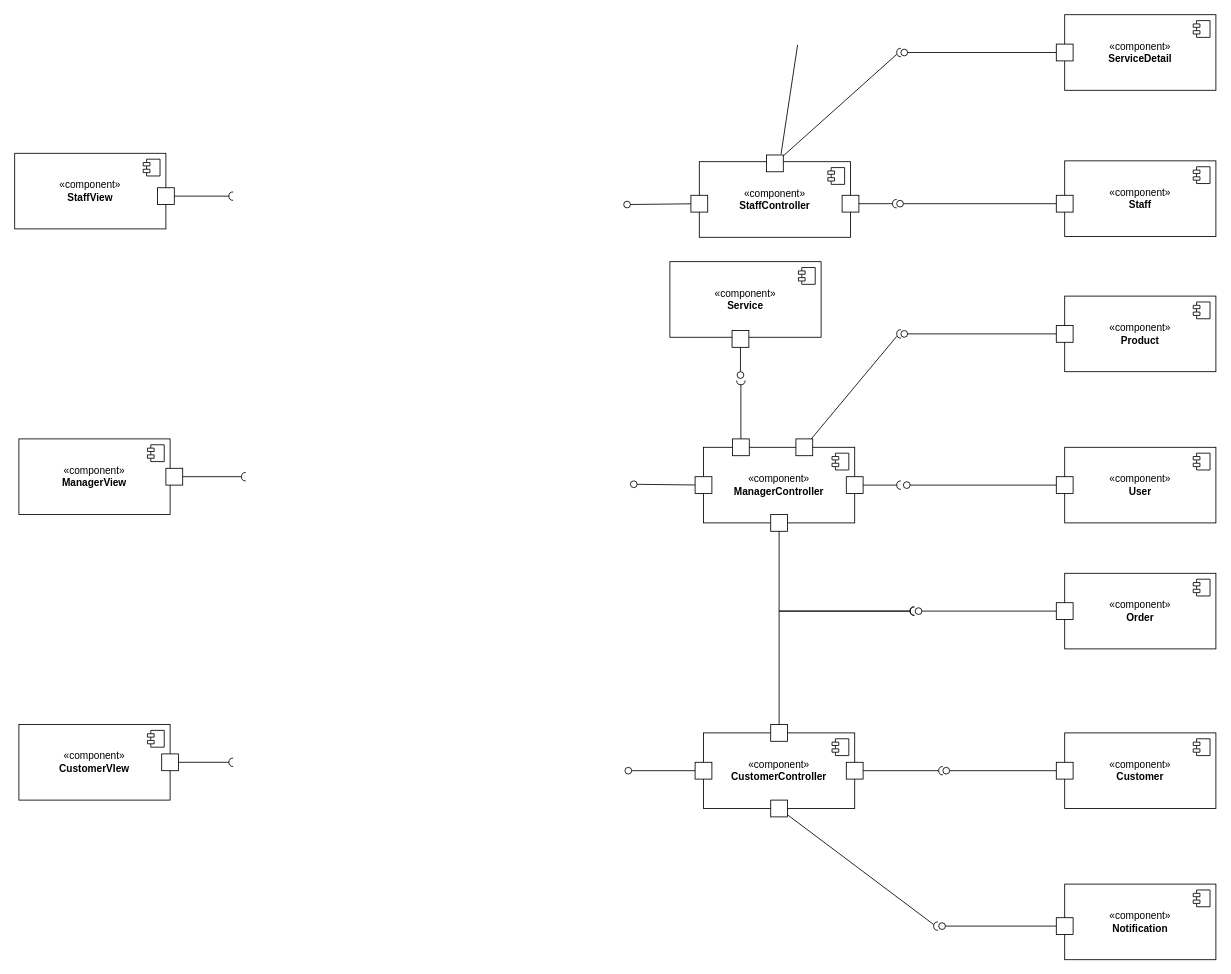
Earlier version of the draw.io diagram petspa-component-diagram.drawio (blueonline07/auth-demo). Source tidied: cells renumbered, new cells numbered last; positions are measured from the earlier drawing's top-left corner, leaving out a move shared by most shapes. Both pictures are drawn from the tidied source at 84%, with x=0, y=0 at pixel (14, 14).
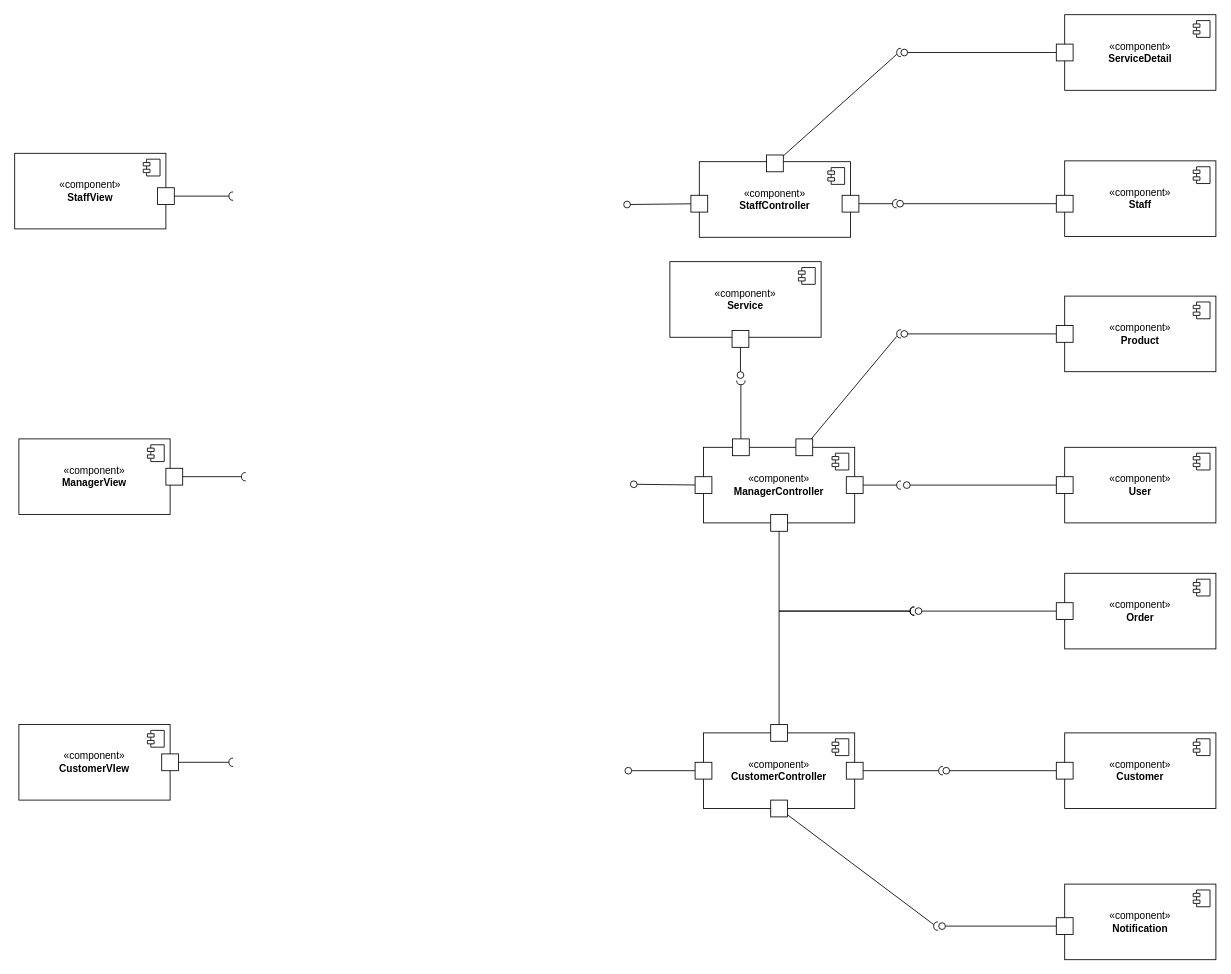
After the change.

The edit, as a diff of the source:
```diff
@@
-    <mxCell id="95" style="endArrow=none;html=1;rounded=0;align=center;verticalAlign=top;endFill=0;labelBackgroundColor=none;endSize=2;" parent="1" edge="1">
-      <mxGeometry relative="1" as="geometry">
-        <mxPoint x="912.3" y="166" as="sourcePoint" />
-        <mxPoint x="932" y="36.1" as="targetPoint" />
-      </mxGeometry>
-    </mxCell>
```
